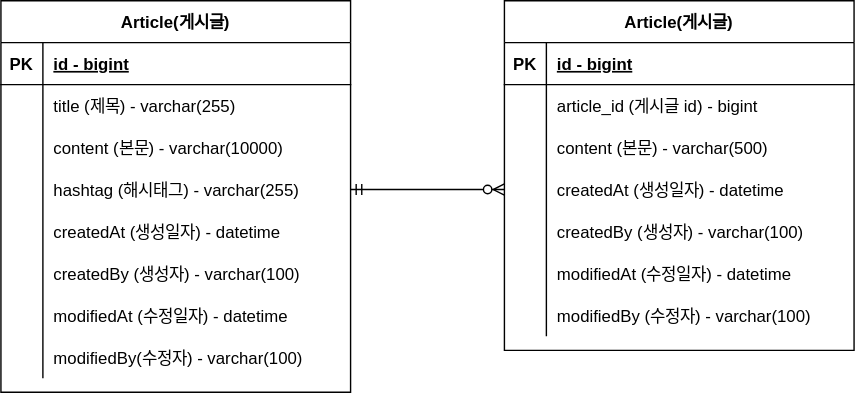
Earlier version of the draw.io export document/project-board-erd.drawio.svg (namtndus/fastcampus-project-board). Source tidied: cells renumbered, new cells last; positions are measured from the earlier drawing's top-left corner, leaving out a move shared by most shapes.
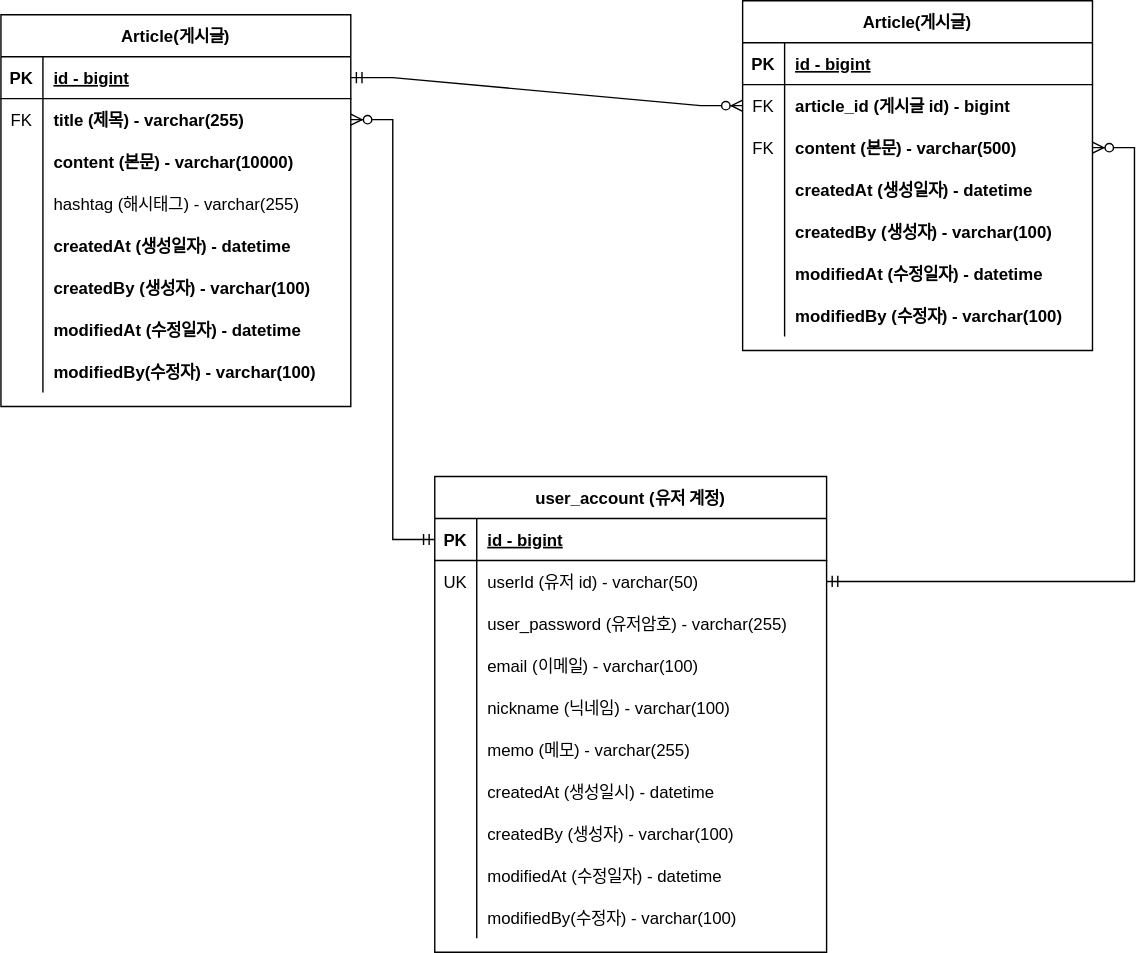
Above is the later version.

Commit message:
#18 - user_account  생성 및 관계표현

What changed in the source:
```diff
@@ -3,7 +3,7 @@
     <mxCell id="0" />
     <mxCell id="1" parent="0" />
     <mxCell id="2" value="Article(게시글)" style="shape=table;startSize=30;rowLines=0;fontStyle=1;align=center;" parent="1" vertex="1">
-      <mxGeometry width="250" height="280" as="geometry" />
+      <mxGeometry x="-170" y="10" width="250" height="280" as="geometry" />
     </mxCell>
     <mxCell id="3" style="shape=partialRectangle;fillColor=none;points=[[0,0.5],[1,0.5]];portConstraint=eastwest;top=0;left=0;right=0;bottom=1;" parent="2" vertex="1">
       <mxGeometry y="30" width="250" height="30" as="geometry" />
@@ -17,10 +17,10 @@
     <mxCell id="6" style="shape=partialRectangle;fillColor=none;points=[[0,0.5],[1,0.5]];portConstraint=eastwest;top=0;left=0;right=0;bottom=0;" parent="2" vertex="1">
       <mxGeometry y="60" width="250" height="30" as="geometry" />
     </mxCell>
-    <mxCell id="7" style="shape=partialRectangle;overflow=hidden;fillColor=none;top=0;left=0;bottom=0;right=0;" parent="6" vertex="1">
+    <mxCell id="7" value="FK" style="shape=partialRectangle;overflow=hidden;fillColor=none;top=0;left=0;bottom=0;right=0;" parent="6" vertex="1">
       <mxGeometry width="30" height="30" as="geometry" />
     </mxCell>
-    <mxCell id="8" value="title (제목) - varchar(255)" style="shape=partialRectangle;overflow=hidden;fillColor=none;top=0;left=0;bottom=0;right=0;align=left;spacingLeft=6;" parent="6" vertex="1">
+    <mxCell id="8" value="title (제목) - varchar(255)" style="shape=partialRectangle;overflow=hidden;fillColor=none;top=0;left=0;bottom=0;right=0;align=left;spacingLeft=6;fontStyle=1;" parent="6" vertex="1">
       <mxGeometry x="30" width="220" height="30" as="geometry" />
     </mxCell>
     <mxCell id="9" style="shape=partialRectangle;fillColor=none;top=0;left=0;right=0;bottom=0;" parent="2" vertex="1">
@@ -29,7 +29,7 @@
     <mxCell id="10" style="shape=partialRectangle;overflow=hidden;fillColor=none;top=0;left=0;bottom=0;right=0;" parent="9" vertex="1">
       <mxGeometry width="30" height="30" as="geometry" />
     </mxCell>
-    <mxCell id="11" value="content (본문) - varchar(10000)" style="shape=partialRectangle;overflow=hidden;fillColor=none;top=0;left=0;bottom=0;right=0;align=left;spacingLeft=6;" parent="9" vertex="1">
+    <mxCell id="11" value="content (본문) - varchar(10000)" style="shape=partialRectangle;overflow=hidden;fillColor=none;top=0;left=0;bottom=0;right=0;align=left;spacingLeft=6;fontStyle=1;" parent="9" vertex="1">
       <mxGeometry x="30" width="220" height="30" as="geometry" />
     </mxCell>
     <mxCell id="12" style="shape=partialRectangle;fillColor=none;points=[[0,0.5],[1,0.5]];portConstraint=eastwest;top=0;left=0;right=0;bottom=0;" parent="2" vertex="1">
@@ -47,7 +47,7 @@
     <mxCell id="16" style="shape=partialRectangle;overflow=hidden;fillColor=none;top=0;left=0;bottom=0;right=0;" parent="15" vertex="1">
       <mxGeometry width="30" height="30" as="geometry" />
     </mxCell>
-    <mxCell id="17" value="createdAt (생성일자) - datetime" style="shape=partialRectangle;overflow=hidden;fillColor=none;top=0;left=0;bottom=0;right=0;align=left;spacingLeft=6;" parent="15" vertex="1">
+    <mxCell id="17" value="createdAt (생성일자) - datetime" style="shape=partialRectangle;overflow=hidden;fillColor=none;top=0;left=0;bottom=0;right=0;align=left;spacingLeft=6;fontStyle=1;" parent="15" vertex="1">
       <mxGeometry x="30" width="220" height="30" as="geometry" />
     </mxCell>
     <mxCell id="18" style="shape=partialRectangle;fillColor=none;top=0;left=0;right=0;bottom=0;" parent="2" vertex="1">
@@ -56,7 +56,7 @@
     <mxCell id="19" style="shape=partialRectangle;overflow=hidden;fillColor=none;top=0;left=0;bottom=0;right=0;" parent="18" vertex="1">
       <mxGeometry width="30" height="30" as="geometry" />
     </mxCell>
-    <mxCell id="20" value="createdBy (생성자) - varchar(100)" style="shape=partialRectangle;overflow=hidden;fillColor=none;top=0;left=0;bottom=0;right=0;align=left;spacingLeft=6;" parent="18" vertex="1">
+    <mxCell id="20" value="createdBy (생성자) - varchar(100)" style="shape=partialRectangle;overflow=hidden;fillColor=none;top=0;left=0;bottom=0;right=0;align=left;spacingLeft=6;fontStyle=1;" parent="18" vertex="1">
       <mxGeometry x="30" width="220" height="30" as="geometry" />
     </mxCell>
     <mxCell id="21" style="shape=partialRectangle;fillColor=none;top=0;left=0;right=0;bottom=0;" parent="2" vertex="1">
@@ -65,7 +65,7 @@
     <mxCell id="22" style="shape=partialRectangle;overflow=hidden;fillColor=none;top=0;left=0;bottom=0;right=0;" parent="21" vertex="1">
       <mxGeometry width="30" height="30" as="geometry" />
     </mxCell>
-    <mxCell id="23" value="modifiedAt (수정일자) - datetime" style="shape=partialRectangle;overflow=hidden;fillColor=none;top=0;left=0;bottom=0;right=0;align=left;spacingLeft=6;" parent="21" vertex="1">
+    <mxCell id="23" value="modifiedAt (수정일자) - datetime" style="shape=partialRectangle;overflow=hidden;fillColor=none;top=0;left=0;bottom=0;right=0;align=left;spacingLeft=6;fontStyle=1;" parent="21" vertex="1">
       <mxGeometry x="30" width="220" height="30" as="geometry" />
     </mxCell>
     <mxCell id="24" style="shape=partialRectangle;fillColor=none;top=0;left=0;right=0;bottom=0;" parent="2" vertex="1">
@@ -74,7 +74,7 @@
     <mxCell id="25" style="shape=partialRectangle;overflow=hidden;fillColor=none;top=0;left=0;bottom=0;right=0;" parent="24" vertex="1">
       <mxGeometry width="30" height="30" as="geometry" />
     </mxCell>
-    <mxCell id="26" value="modifiedBy(수정자) - varchar(100)" style="shape=partialRectangle;overflow=hidden;fillColor=none;top=0;left=0;bottom=0;right=0;align=left;spacingLeft=6;" parent="24" vertex="1">
+    <mxCell id="26" value="modifiedBy(수정자) - varchar(100)" style="shape=partialRectangle;overflow=hidden;fillColor=none;top=0;left=0;bottom=0;right=0;align=left;spacingLeft=6;fontStyle=1;" parent="24" vertex="1">
       <mxGeometry x="30" width="220" height="30" as="geometry" />
     </mxCell>
     <mxCell id="27" value="Article(게시글)" style="shape=table;startSize=30;rowLines=0;fontStyle=1;align=center;" parent="1" vertex="1">
@@ -92,19 +92,19 @@
     <mxCell id="31" style="shape=partialRectangle;fillColor=none;points=[[0,0.5],[1,0.5]];portConstraint=eastwest;top=0;left=0;right=0;bottom=0;" parent="27" vertex="1">
       <mxGeometry y="60" width="250" height="30" as="geometry" />
     </mxCell>
-    <mxCell id="32" style="shape=partialRectangle;overflow=hidden;fillColor=none;top=0;left=0;bottom=0;right=0;" parent="31" vertex="1">
+    <mxCell id="32" value="FK" style="shape=partialRectangle;overflow=hidden;fillColor=none;top=0;left=0;bottom=0;right=0;" parent="31" vertex="1">
       <mxGeometry width="30" height="30" as="geometry" />
     </mxCell>
-    <mxCell id="33" value="article_id (게시글 id) - bigint" style="shape=partialRectangle;overflow=hidden;fillColor=none;top=0;left=0;bottom=0;right=0;align=left;spacingLeft=6;" parent="31" vertex="1">
+    <mxCell id="33" value="article_id (게시글 id) - bigint" style="shape=partialRectangle;overflow=hidden;fillColor=none;top=0;left=0;bottom=0;right=0;align=left;spacingLeft=6;fontStyle=1;" parent="31" vertex="1">
       <mxGeometry x="30" width="220" height="30" as="geometry" />
     </mxCell>
     <mxCell id="34" style="shape=partialRectangle;fillColor=none;points=[[0,0.5],[1,0.5]];portConstraint=eastwest;top=0;left=0;right=0;bottom=0;" parent="27" vertex="1">
       <mxGeometry y="90" width="250" height="30" as="geometry" />
     </mxCell>
-    <mxCell id="35" style="shape=partialRectangle;overflow=hidden;fillColor=none;top=0;left=0;bottom=0;right=0;" parent="34" vertex="1">
+    <mxCell id="35" value="FK" style="shape=partialRectangle;overflow=hidden;fillColor=none;top=0;left=0;bottom=0;right=0;" parent="34" vertex="1">
       <mxGeometry width="30" height="30" as="geometry" />
     </mxCell>
-    <mxCell id="36" value="content (본문) - varchar(500)" style="shape=partialRectangle;overflow=hidden;fillColor=none;top=0;left=0;bottom=0;right=0;align=left;spacingLeft=6;" parent="34" vertex="1">
+    <mxCell id="36" value="content (본문) - varchar(500)" style="shape=partialRectangle;overflow=hidden;fillColor=none;top=0;left=0;bottom=0;right=0;align=left;spacingLeft=6;fontStyle=1;" parent="34" vertex="1">
       <mxGeometry x="30" width="220" height="30" as="geometry" />
     </mxCell>
     <mxCell id="37" style="shape=partialRectangle;fillColor=none;points=[[0,0.5],[1,0.5]];portConstraint=eastwest;top=0;left=0;right=0;bottom=0;" parent="27" vertex="1">
@@ -113,7 +113,7 @@
     <mxCell id="38" style="shape=partialRectangle;overflow=hidden;fillColor=none;top=0;left=0;bottom=0;right=0;" parent="37" vertex="1">
       <mxGeometry width="30" height="30" as="geometry" />
     </mxCell>
-    <mxCell id="39" value="createdAt (생성일자) - datetime" style="shape=partialRectangle;overflow=hidden;fillColor=none;top=0;left=0;bottom=0;right=0;align=left;spacingLeft=6;" parent="37" vertex="1">
+    <mxCell id="39" value="createdAt (생성일자) - datetime" style="shape=partialRectangle;overflow=hidden;fillColor=none;top=0;left=0;bottom=0;right=0;align=left;spacingLeft=6;fontStyle=1;" parent="37" vertex="1">
       <mxGeometry x="30" width="220" height="30" as="geometry" />
     </mxCell>
     <mxCell id="40" style="shape=partialRectangle;fillColor=none;top=0;left=0;right=0;bottom=0;" parent="27" vertex="1">
@@ -122,7 +122,7 @@
     <mxCell id="41" style="shape=partialRectangle;overflow=hidden;fillColor=none;top=0;left=0;bottom=0;right=0;" parent="40" vertex="1">
       <mxGeometry width="30" height="30" as="geometry" />
     </mxCell>
-    <mxCell id="42" value="createdBy (생성자) - varchar(100)" style="shape=partialRectangle;overflow=hidden;fillColor=none;top=0;left=0;bottom=0;right=0;align=left;spacingLeft=6;" parent="40" vertex="1">
+    <mxCell id="42" value="createdBy (생성자) - varchar(100)" style="shape=partialRectangle;overflow=hidden;fillColor=none;top=0;left=0;bottom=0;right=0;align=left;spacingLeft=6;fontStyle=1;" parent="40" vertex="1">
       <mxGeometry x="30" width="220" height="30" as="geometry" />
     </mxCell>
     <mxCell id="43" style="shape=partialRectangle;fillColor=none;top=0;left=0;right=0;bottom=0;" parent="27" vertex="1">
@@ -131,7 +131,7 @@
     <mxCell id="44" style="shape=partialRectangle;overflow=hidden;fillColor=none;top=0;left=0;bottom=0;right=0;" parent="43" vertex="1">
       <mxGeometry width="30" height="30" as="geometry" />
     </mxCell>
-    <mxCell id="45" value="modifiedAt (수정일자) - datetime" style="shape=partialRectangle;overflow=hidden;fillColor=none;top=0;left=0;bottom=0;right=0;align=left;spacingLeft=6;" parent="43" vertex="1">
+    <mxCell id="45" value="modifiedAt (수정일자) - datetime" style="shape=partialRectangle;overflow=hidden;fillColor=none;top=0;left=0;bottom=0;right=0;align=left;spacingLeft=6;fontStyle=1;" parent="43" vertex="1">
       <mxGeometry x="30" width="220" height="30" as="geometry" />
     </mxCell>
     <mxCell id="46" style="shape=partialRectangle;fillColor=none;top=0;left=0;right=0;bottom=0;" parent="27" vertex="1">
@@ -140,11 +140,110 @@
     <mxCell id="47" style="shape=partialRectangle;overflow=hidden;fillColor=none;top=0;left=0;bottom=0;right=0;" parent="46" vertex="1">
       <mxGeometry width="30" height="30" as="geometry" />
     </mxCell>
-    <mxCell id="48" value="modifiedBy (수정자) - varchar(100)" style="shape=partialRectangle;overflow=hidden;fillColor=none;top=0;left=0;bottom=0;right=0;align=left;spacingLeft=6;" parent="46" vertex="1">
+    <mxCell id="48" value="modifiedBy (수정자) - varchar(100)" style="shape=partialRectangle;overflow=hidden;fillColor=none;top=0;left=0;bottom=0;right=0;align=left;spacingLeft=6;fontStyle=1;" parent="46" vertex="1">
       <mxGeometry x="30" width="220" height="30" as="geometry" />
     </mxCell>
-    <mxCell id="49" style="edgeStyle=entityRelationEdgeStyle;fontSize=12;html=1;endArrow=ERzeroToMany;startArrow=ERmandOne;rounded=0;exitX=1;exitY=0.5;exitDx=0;exitDy=0;entryX=0;entryY=0.5;entryDx=0;entryDy=0;" parent="1" edge="1" source="12" target="37">
+    <mxCell id="49" style="edgeStyle=entityRelationEdgeStyle;fontSize=12;html=1;endArrow=ERzeroToMany;startArrow=ERmandOne;rounded=0;exitX=1;exitY=0.5;exitDx=0;exitDy=0;entryX=0;entryY=0.5;entryDx=0;entryDy=0;" parent="1" edge="1" source="3" target="31">
       <mxGeometry relative="1" as="geometry" />
     </mxCell>
+    <mxCell id="50" value="user_account (유저 계정)" style="shape=table;startSize=30;rowLines=0;fontStyle=1;align=center;" parent="1" vertex="1">
+      <mxGeometry x="140" y="340" width="280" height="340" as="geometry" />
+    </mxCell>
+    <mxCell id="51" style="shape=partialRectangle;fillColor=none;points=[[0,0.5],[1,0.5]];portConstraint=eastwest;top=0;left=0;right=0;bottom=1;" parent="50" vertex="1">
+      <mxGeometry y="30" width="280" height="30" as="geometry" />
+    </mxCell>
+    <mxCell id="52" value="PK" style="shape=partialRectangle;overflow=hidden;fillColor=none;top=0;left=0;bottom=0;right=0;fontStyle=1;" parent="51" vertex="1">
+      <mxGeometry width="30" height="30" as="geometry" />
+    </mxCell>
+    <mxCell id="53" value="id - bigint" style="shape=partialRectangle;overflow=hidden;fillColor=none;top=0;left=0;bottom=0;right=0;align=left;spacingLeft=6;fontStyle=5;" parent="51" vertex="1">
+      <mxGeometry x="30" width="250" height="30" as="geometry" />
+    </mxCell>
+    <mxCell id="54" style="shape=partialRectangle;fillColor=none;points=[[0,0.5],[1,0.5]];portConstraint=eastwest;top=0;left=0;right=0;bottom=0;" parent="50" vertex="1">
+      <mxGeometry y="60" width="280" height="30" as="geometry" />
+    </mxCell>
+    <mxCell id="55" value="UK" style="shape=partialRectangle;overflow=hidden;fillColor=none;top=0;left=0;bottom=0;right=0;" parent="54" vertex="1">
+      <mxGeometry width="30" height="30" as="geometry" />
+    </mxCell>
+    <mxCell id="56" value="userId (유저 id) - varchar(50)" style="shape=partialRectangle;overflow=hidden;fillColor=none;top=0;left=0;bottom=0;right=0;align=left;spacingLeft=6;" parent="54" vertex="1">
+      <mxGeometry x="30" width="250" height="30" as="geometry" />
+    </mxCell>
+    <mxCell id="57" style="shape=partialRectangle;fillColor=none;top=0;left=0;right=0;bottom=0;" parent="50" vertex="1">
+      <mxGeometry y="90" width="280" height="30" as="geometry" />
+    </mxCell>
+    <mxCell id="58" style="shape=partialRectangle;overflow=hidden;fillColor=none;top=0;left=0;bottom=0;right=0;" parent="57" vertex="1">
+      <mxGeometry width="30" height="30" as="geometry" />
+    </mxCell>
+    <mxCell id="59" value="user_password (유저암호) - varchar(255)" style="shape=partialRectangle;overflow=hidden;fillColor=none;top=0;left=0;bottom=0;right=0;align=left;spacingLeft=6;" parent="57" vertex="1">
+      <mxGeometry x="30" width="250" height="30" as="geometry" />
+    </mxCell>
+    <mxCell id="60" style="shape=partialRectangle;fillColor=none;top=0;left=0;right=0;bottom=0;" parent="50" vertex="1">
+      <mxGeometry y="120" width="280" height="30" as="geometry" />
+    </mxCell>
+    <mxCell id="61" style="shape=partialRectangle;overflow=hidden;fillColor=none;top=0;left=0;bottom=0;right=0;" parent="60" vertex="1">
+      <mxGeometry width="30" height="30" as="geometry" />
+    </mxCell>
+    <mxCell id="62" value="email (이메일) - varchar(100)" style="shape=partialRectangle;overflow=hidden;fillColor=none;top=0;left=0;bottom=0;right=0;align=left;spacingLeft=6;" parent="60" vertex="1">
+      <mxGeometry x="30" width="250" height="30" as="geometry" />
+    </mxCell>
+    <mxCell id="63" style="shape=partialRectangle;fillColor=none;top=0;left=0;right=0;bottom=0;" parent="50" vertex="1">
+      <mxGeometry y="150" width="280" height="30" as="geometry" />
+    </mxCell>
+    <mxCell id="64" style="shape=partialRectangle;overflow=hidden;fillColor=none;top=0;left=0;bottom=0;right=0;" parent="63" vertex="1">
+      <mxGeometry width="30" height="30" as="geometry" />
+    </mxCell>
+    <mxCell id="65" value="nickname (닉네임) - varchar(100)" style="shape=partialRectangle;overflow=hidden;fillColor=none;top=0;left=0;bottom=0;right=0;align=left;spacingLeft=6;" parent="63" vertex="1">
+      <mxGeometry x="30" width="250" height="30" as="geometry" />
+    </mxCell>
+    <mxCell id="66" style="shape=partialRectangle;fillColor=none;top=0;left=0;right=0;bottom=0;" parent="50" vertex="1">
+      <mxGeometry y="180" width="280" height="30" as="geometry" />
+    </mxCell>
+    <mxCell id="67" style="shape=partialRectangle;overflow=hidden;fillColor=none;top=0;left=0;bottom=0;right=0;" parent="66" vertex="1">
+      <mxGeometry width="30" height="30" as="geometry" />
+    </mxCell>
+    <mxCell id="68" value="memo (메모) - varchar(255)" style="shape=partialRectangle;overflow=hidden;fillColor=none;top=0;left=0;bottom=0;right=0;align=left;spacingLeft=6;" parent="66" vertex="1">
+      <mxGeometry x="30" width="250" height="30" as="geometry" />
+    </mxCell>
+    <mxCell id="69" style="shape=partialRectangle;fillColor=none;top=0;left=0;right=0;bottom=0;" parent="50" vertex="1">
+      <mxGeometry y="210" width="280" height="30" as="geometry" />
+    </mxCell>
+    <mxCell id="70" style="shape=partialRectangle;overflow=hidden;fillColor=none;top=0;left=0;bottom=0;right=0;" parent="69" vertex="1">
+      <mxGeometry width="30" height="30" as="geometry" />
+    </mxCell>
+    <mxCell id="71" value="createdAt (생성일시) - datetime" style="shape=partialRectangle;overflow=hidden;fillColor=none;top=0;left=0;bottom=0;right=0;align=left;spacingLeft=6;" parent="69" vertex="1">
+      <mxGeometry x="30" width="250" height="30" as="geometry" />
+    </mxCell>
+    <mxCell id="72" style="shape=partialRectangle;fillColor=none;top=0;left=0;right=0;bottom=0;" parent="50" vertex="1">
+      <mxGeometry y="240" width="280" height="30" as="geometry" />
+    </mxCell>
+    <mxCell id="73" style="shape=partialRectangle;overflow=hidden;fillColor=none;top=0;left=0;bottom=0;right=0;" parent="72" vertex="1">
+      <mxGeometry width="30" height="30" as="geometry" />
+    </mxCell>
+    <mxCell id="74" value="createdBy (생성자) - varchar(100)" style="shape=partialRectangle;overflow=hidden;fillColor=none;top=0;left=0;bottom=0;right=0;align=left;spacingLeft=6;" parent="72" vertex="1">
+      <mxGeometry x="30" width="250" height="30" as="geometry" />
+    </mxCell>
+    <mxCell id="75" style="shape=partialRectangle;fillColor=none;top=0;left=0;right=0;bottom=0;" parent="50" vertex="1">
+      <mxGeometry y="270" width="280" height="30" as="geometry" />
+    </mxCell>
+    <mxCell id="76" style="shape=partialRectangle;overflow=hidden;fillColor=none;top=0;left=0;bottom=0;right=0;" parent="75" vertex="1">
+      <mxGeometry width="30" height="30" as="geometry" />
+    </mxCell>
+    <mxCell id="77" value="modifiedAt (수정일자) - datetime" style="shape=partialRectangle;overflow=hidden;fillColor=none;top=0;left=0;bottom=0;right=0;align=left;spacingLeft=6;" parent="75" vertex="1">
+      <mxGeometry x="30" width="250" height="30" as="geometry" />
+    </mxCell>
+    <mxCell id="78" style="shape=partialRectangle;fillColor=none;top=0;left=0;right=0;bottom=0;" parent="50" vertex="1">
+      <mxGeometry y="300" width="280" height="30" as="geometry" />
+    </mxCell>
+    <mxCell id="79" style="shape=partialRectangle;overflow=hidden;fillColor=none;top=0;left=0;bottom=0;right=0;" parent="78" vertex="1">
+      <mxGeometry width="30" height="30" as="geometry" />
+    </mxCell>
+    <mxCell id="80" value="modifiedBy(수정자) - varchar(100)" style="shape=partialRectangle;overflow=hidden;fillColor=none;top=0;left=0;bottom=0;right=0;align=left;spacingLeft=6;" parent="78" vertex="1">
+      <mxGeometry x="30" width="250" height="30" as="geometry" />
+    </mxCell>
+    <mxCell id="81" style="edgeStyle=entityRelationEdgeStyle;fontSize=12;html=1;endArrow=ERzeroToMany;startArrow=ERmandOne;rounded=0;exitX=1;exitY=0.5;exitDx=0;exitDy=0;" parent="1" edge="1" source="54" target="34">
+      <mxGeometry relative="1" as="geometry" />
+    </mxCell>
+    <mxCell id="82" style="edgeStyle=entityRelationEdgeStyle;fontSize=12;html=1;endArrow=ERzeroToMany;startArrow=ERmandOne;rounded=0;entryX=1;entryY=0.5;entryDx=0;entryDy=0;exitX=0;exitY=0.5;exitDx=0;exitDy=0;" parent="1" edge="1" source="51" target="6">
+      <mxGeometry relative="1" as="geometry" />
+    </mxCell>
   </root>
 </mxGraphModel>
```
